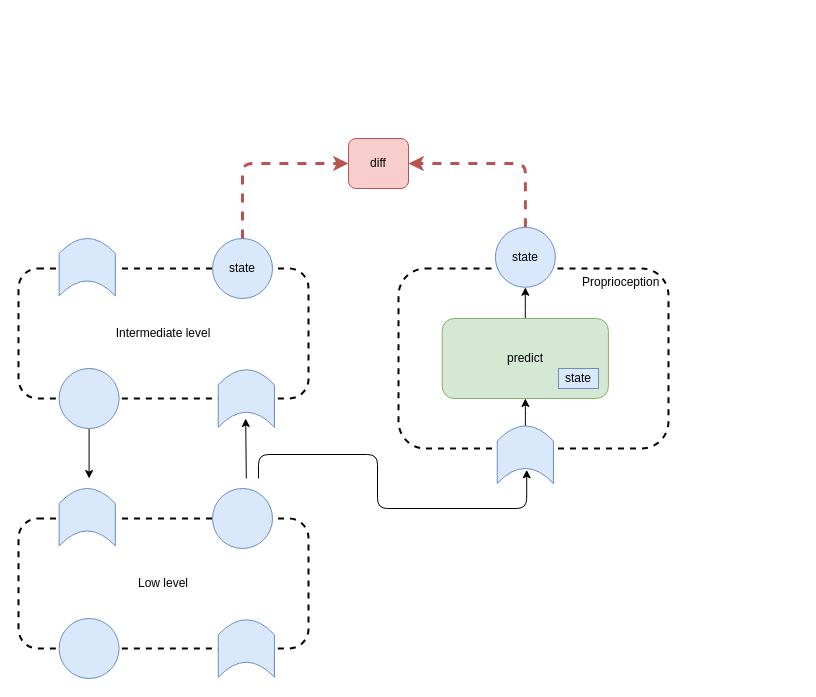
Before: page "proprioception" (6 of 8) of files/An-agi-architecture-v1.drawio in malcolmlett/malcolmlett.github.io, a draw.io diagram. Source tidied: cells renumbered, new cells numbered last; positions are measured from the earlier drawing's top-left corner, leaving out a move shared by most shapes. Both pictures are drawn from the tidied source at 100%, with x=0, y=0 at pixel (18, 138).
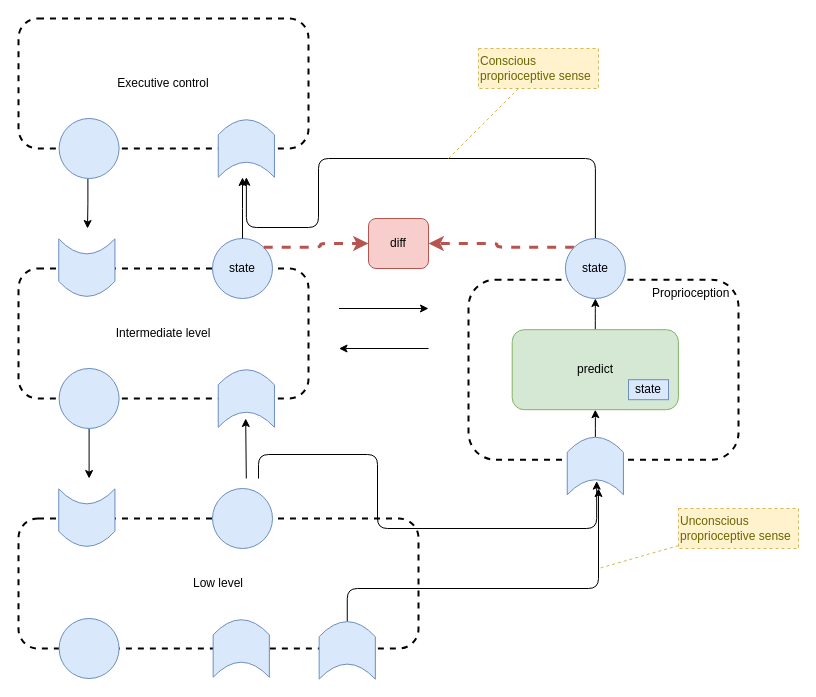
The same page after the edit.

Unchanged cells that the change refers to:
```xml
<mxCell id="5" value="state" style="ellipse;whiteSpace=wrap;html=1;rounded=1;strokeWidth=1;fillColor=#dae8fc;strokeColor=#6c8ebf;" parent="1" vertex="1">
  <mxGeometry x="194" y="100" width="60" height="60" as="geometry" />
</mxCell>
```

What changed in the source:
```diff
@@
-    <mxCell id="8" style="group;" parent="1" vertex="1">
+    <mxCell id="8" style="group;rotation=-180;" parent="1" vertex="1">
       <mxGeometry x="40.6" y="100" width="56.2" height="57.5" as="geometry" />
     </mxCell>
-    <mxCell id="9" style="shape=dataStorage;whiteSpace=wrap;html=1;fixedSize=1;rounded=1;strokeWidth=1;fillColor=#dae8fc;strokeColor=#6c8ebf;rotation=90;size=15;horizontal=1;" parent="8" vertex="1">
-      <mxGeometry x="-0.6" y="0.6" width="57.5" height="56.2" as="geometry" />
+    <mxCell id="9" style="shape=dataStorage;whiteSpace=wrap;html=1;fixedSize=1;rounded=1;strokeWidth=1;fillColor=#dae8fc;strokeColor=#6c8ebf;rotation=-90;size=15;horizontal=1;" parent="8" vertex="1">
+      <mxGeometry x="-1" y="1" width="57.5" height="56.2" as="geometry" />
     </mxCell>
-    <mxCell id="10" style="edgeStyle=orthogonalEdgeStyle;rounded=1;jettySize=auto;html=1;endArrow=classic;strokeWidth=3;fontSize=11;fontColor=#000000;exitX=0.5;exitY=0;exitDx=0;exitDy=0;dashed=1;strokeColor=#b85450;fillColor=#f8cecc;entryX=1;entryY=0.5;entryDx=0;entryDy=0;" parent="1" edge="1" source="20" target="12">
+    <mxCell id="10" style="edgeStyle=orthogonalEdgeStyle;rounded=1;jettySize=auto;html=1;endArrow=classic;strokeWidth=3;fontSize=11;fontColor=#000000;exitX=0;exitY=0;exitDx=0;exitDy=0;dashed=1;strokeColor=#b85450;fillColor=#f8cecc;entryX=1;entryY=0.5;entryDx=0;entryDy=0;" parent="1" edge="1" source="20" target="12">
       <mxGeometry relative="1" as="geometry" />
     </mxCell>
-    <mxCell id="11" style="edgeStyle=orthogonalEdgeStyle;jettySize=auto;html=1;endArrow=classic;strokeWidth=3;fontSize=11;fontColor=#000000;dashed=1;strokeColor=#b85450;fillColor=#f8cecc;rounded=1;exitX=0.5;exitY=0;exitDx=0;exitDy=0;entryX=0;entryY=0.5;entryDx=0;entryDy=0;" parent="1" edge="1" source="5" target="12">
+    <mxCell id="11" style="edgeStyle=orthogonalEdgeStyle;jettySize=auto;html=1;endArrow=classic;strokeWidth=3;fontSize=11;fontColor=#000000;dashed=1;strokeColor=#b85450;fillColor=#f8cecc;rounded=1;exitX=1;exitY=0;exitDx=0;exitDy=0;entryX=0;entryY=0.5;entryDx=0;entryDy=0;" parent="1" edge="1" source="5" target="12">
       <mxGeometry relative="1" as="geometry" />
     </mxCell>
     <mxCell id="12" value="diff" style="rounded=1;whiteSpace=wrap;html=1;fillColor=#f8cecc;strokeColor=#b85450;" parent="1" vertex="1">
-      <mxGeometry x="330" width="60" height="50" as="geometry" />
+      <mxGeometry x="350" y="80" width="60" height="50" as="geometry" />
     </mxCell>
     <mxCell id="13" value="Low level" style="rounded=1;whiteSpace=wrap;html=1;fillColor=none;dashed=1;strokeWidth=2;" parent="1" vertex="1">
-      <mxGeometry y="380" width="290" height="130" as="geometry" />
+      <mxGeometry y="380" width="400" height="130" as="geometry" />
     </mxCell>
@@
     <mxCell id="16" style="shape=dataStorage;whiteSpace=wrap;html=1;fixedSize=1;rounded=1;strokeWidth=1;fillColor=#dae8fc;strokeColor=#6c8ebf;rotation=90;size=15;horizontal=1;" parent="1" vertex="1">
-      <mxGeometry x="199.1" y="481.9" width="57.5" height="56.2" as="geometry" />
+      <mxGeometry x="194" y="481.9" width="57.5" height="56.2" as="geometry" />
     </mxCell>
-    <mxCell id="17" style="group;" parent="1" vertex="1">
+    <mxCell id="17" style="group;rotation=-180;" parent="1" vertex="1">
       <mxGeometry x="40.6" y="350" width="56.2" height="57.5" as="geometry" />
     </mxCell>
-    <mxCell id="18" style="shape=dataStorage;whiteSpace=wrap;html=1;fixedSize=1;rounded=1;strokeWidth=1;fillColor=#dae8fc;strokeColor=#6c8ebf;rotation=90;size=15;horizontal=1;" parent="17" vertex="1">
-      <mxGeometry x="-0.6" y="0.6" width="57.5" height="56.2" as="geometry" />
+    <mxCell id="18" style="shape=dataStorage;whiteSpace=wrap;html=1;fixedSize=1;rounded=1;strokeWidth=1;fillColor=#dae8fc;strokeColor=#6c8ebf;rotation=-90;size=15;horizontal=1;" parent="17" vertex="1">
+      <mxGeometry x="-1" y="1" width="57.5" height="56.2" as="geometry" />
     </mxCell>
     <mxCell id="19" value="Proprioception&amp;nbsp;&amp;nbsp;" style="rounded=1;whiteSpace=wrap;html=1;fillColor=none;dashed=1;strokeWidth=2;verticalAlign=top;align=right;" parent="1" vertex="1">
-      <mxGeometry x="380" y="130" width="270" height="180" as="geometry" />
+      <mxGeometry x="450" y="141.2" width="270" height="180" as="geometry" />
     </mxCell>
+    <mxCell id="27" style="edgeStyle=orthogonalEdgeStyle;rounded=1;jettySize=auto;html=1;entryX=1;entryY=0.5;entryDx=0;entryDy=0;exitX=0.5;exitY=0;exitDx=0;exitDy=0;" parent="1" edge="1" source="20" target="32">
+      <mxGeometry relative="1" as="geometry">
+        <Array as="points">
+          <mxPoint x="577" y="20" />
+          <mxPoint x="300" y="20" />
+          <mxPoint x="300" y="89" />
+          <mxPoint x="228" y="89" />
+        </Array>
+      </mxGeometry>
+    </mxCell>
     <mxCell id="20" value="state" style="ellipse;whiteSpace=wrap;html=1;rounded=1;strokeWidth=1;fillColor=#dae8fc;strokeColor=#6c8ebf;" parent="1" vertex="1">
-      <mxGeometry x="476.9" y="88.8" width="60" height="60" as="geometry" />
+      <mxGeometry x="546.9" y="100" width="60" height="60" as="geometry" />
     </mxCell>
     <mxCell id="21" style="edgeStyle=orthogonalEdgeStyle;rounded=1;jettySize=auto;html=1;entryX=0.763;entryY=0.476;entryDx=0;entryDy=0;entryPerimeter=0;" parent="1" edge="1" target="23">
       <mxGeometry relative="1" as="geometry">
         <mxPoint x="240" y="340" as="sourcePoint" />
         <Array as="points">
           <mxPoint x="240" y="316" />
           <mxPoint x="359" y="316" />
-          <mxPoint x="359" y="370" />
-          <mxPoint x="508" y="370" />
+          <mxPoint x="359" y="390" />
+          <mxPoint x="578" y="390" />
         </Array>
       </mxGeometry>
     </mxCell>
@@
     <mxCell id="23" style="shape=dataStorage;whiteSpace=wrap;html=1;fixedSize=1;rounded=1;strokeWidth=1;fillColor=#dae8fc;strokeColor=#6c8ebf;rotation=90;size=15;horizontal=1;" parent="1" vertex="1">
-      <mxGeometry x="478.1" y="288.1" width="57.5" height="56.2" as="geometry" />
+      <mxGeometry x="548.1" y="299.4" width="57.5" height="56.2" as="geometry" />
     </mxCell>
@@
     <mxCell id="25" value="predict" style="rounded=1;whiteSpace=wrap;html=1;fillColor=#d5e8d4;strokeColor=#82b366;verticalAlign=middle;" parent="1" vertex="1">
-      <mxGeometry x="423.7" y="180" width="166.2" height="80" as="geometry" />
+      <mxGeometry x="493.7" y="191.2" width="166.2" height="80" as="geometry" />
     </mxCell>
     <mxCell id="26" value="state" style="rounded=0;whiteSpace=wrap;html=1;fillColor=#dae8fc;strokeColor=#6c8ebf;fontSize=12;" parent="1" vertex="1">
-      <mxGeometry x="540" y="230" width="40" height="20" as="geometry" />
+      <mxGeometry x="610" y="241.2" width="40" height="20" as="geometry" />
     </mxCell>
+    <mxCell id="28" value="Executive control" style="rounded=1;whiteSpace=wrap;html=1;fillColor=none;dashed=1;strokeWidth=2;" parent="1" vertex="1">
+      <mxGeometry y="-120" width="290" height="130" as="geometry" />
+    </mxCell>
+    <mxCell id="29" style="edgeStyle=orthogonalEdgeStyle;rounded=0;jettySize=auto;html=1;exitX=0.48;exitY=1;exitDx=0;exitDy=0;exitPerimeter=0;" parent="1" edge="1" source="30">
+      <mxGeometry relative="1" as="geometry">
+        <mxPoint x="69" y="90" as="targetPoint" />
+      </mxGeometry>
+    </mxCell>
+    <mxCell id="30" style="ellipse;whiteSpace=wrap;html=1;rounded=1;strokeWidth=1;fillColor=#dae8fc;strokeColor=#6c8ebf;" parent="1" vertex="1">
+      <mxGeometry x="40.6" y="-20" width="60" height="60" as="geometry" />
+    </mxCell>
+    <mxCell id="31" style="edgeStyle=orthogonalEdgeStyle;rounded=0;jettySize=auto;html=1;entryX=0.5;entryY=0;entryDx=0;entryDy=0;exitX=0.5;exitY=0;exitDx=0;exitDy=0;" parent="1" edge="1" source="5">
+      <mxGeometry relative="1" as="geometry">
+        <mxPoint x="224" y="39" as="targetPoint" />
+      </mxGeometry>
+    </mxCell>
+    <mxCell id="32" style="shape=dataStorage;whiteSpace=wrap;html=1;fixedSize=1;rounded=1;strokeWidth=1;fillColor=#dae8fc;strokeColor=#6c8ebf;rotation=90;size=15;horizontal=1;" parent="1" vertex="1">
+      <mxGeometry x="199.1" y="-18.1" width="57.5" height="56.2" as="geometry" />
+    </mxCell>
+    <mxCell id="33" style="edgeStyle=none;rounded=0;orthogonalLoop=1;jettySize=auto;html=1;" parent="1" edge="1">
+      <mxGeometry relative="1" as="geometry">
+        <mxPoint x="320.5" y="170" as="sourcePoint" />
+        <mxPoint x="410" y="170" as="targetPoint" />
+      </mxGeometry>
+    </mxCell>
+    <mxCell id="34" style="edgeStyle=none;rounded=0;orthogonalLoop=1;jettySize=auto;html=1;" parent="1" edge="1">
+      <mxGeometry relative="1" as="geometry">
+        <mxPoint x="410" y="210" as="sourcePoint" />
+        <mxPoint x="320.5" y="210" as="targetPoint" />
+      </mxGeometry>
+    </mxCell>
+    <mxCell id="35" value="Conscious proprioceptive sense" style="rounded=0;whiteSpace=wrap;html=1;align=left;fillColor=#fff2cc;strokeColor=#d6b656;fontColor=#666600;dashed=1;" parent="1" vertex="1">
+      <mxGeometry x="460" y="-90" width="120" height="40" as="geometry" />
+    </mxCell>
+    <mxCell id="36" style="rounded=0;jumpStyle=arc;jettySize=auto;html=1;strokeWidth=1;fontColor=#666600;dashed=1;strokeColor=#d6b656;fillColor=#fff2cc;endArrow=none;endFill=0;" parent="1" edge="1" source="35">
+      <mxGeometry relative="1" as="geometry">
+        <mxPoint x="430" y="20" as="targetPoint" />
+      </mxGeometry>
+    </mxCell>
+    <mxCell id="37" style="edgeStyle=orthogonalEdgeStyle;rounded=1;jettySize=auto;html=1;exitX=0;exitY=0.5;exitDx=0;exitDy=0;" parent="1" edge="1" source="40">
+      <mxGeometry relative="1" as="geometry">
+        <mxPoint x="580" y="350" as="targetPoint" />
+        <Array as="points">
+          <mxPoint x="329" y="450" />
+          <mxPoint x="580" y="450" />
+        </Array>
+      </mxGeometry>
+    </mxCell>
+    <mxCell id="38" value="Unconscious proprioceptive sense" style="rounded=0;whiteSpace=wrap;html=1;align=left;fillColor=#fff2cc;strokeColor=#d6b656;fontColor=#666600;dashed=1;" parent="1" vertex="1">
+      <mxGeometry x="660" y="370" width="120" height="40" as="geometry" />
+    </mxCell>
+    <mxCell id="39" style="rounded=0;jumpStyle=arc;jettySize=auto;html=1;strokeWidth=1;fontColor=#666600;dashed=1;strokeColor=#d6b656;fillColor=#fff2cc;endArrow=none;endFill=0;" parent="1" edge="1" source="38">
+      <mxGeometry relative="1" as="geometry">
+        <mxPoint x="580" y="430" as="targetPoint" />
+      </mxGeometry>
+    </mxCell>
+    <mxCell id="40" style="shape=dataStorage;whiteSpace=wrap;html=1;fixedSize=1;rounded=1;strokeWidth=1;fillColor=#dae8fc;strokeColor=#6c8ebf;rotation=90;size=15;horizontal=1;" parent="1" vertex="1">
+      <mxGeometry x="300" y="483.8" width="57.5" height="56.2" as="geometry" />
+    </mxCell>
```
